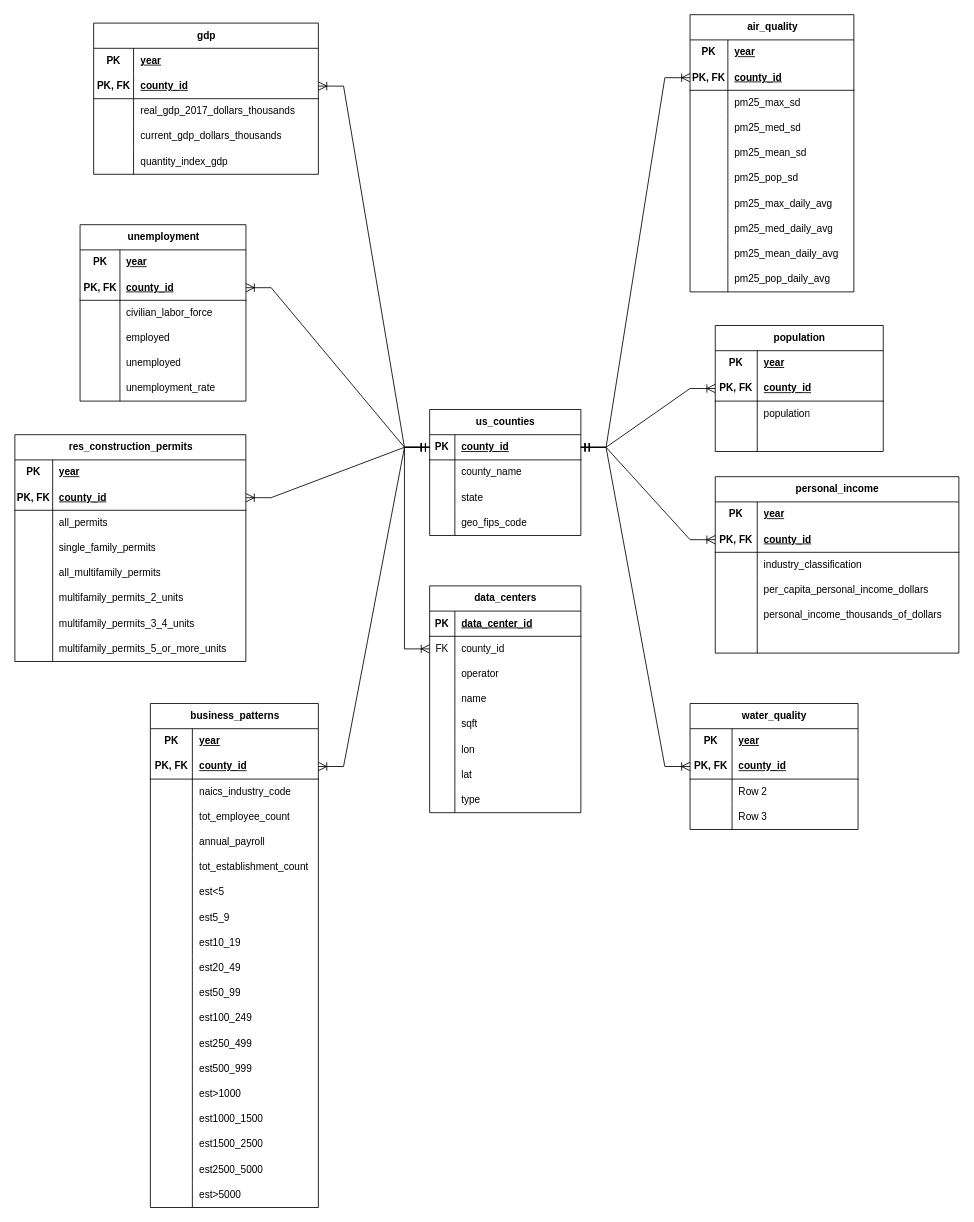
LoganRosell/local-economic-impact-of-data-centers-workbook keeps this draw.io diagram as db_documentation/capstone_db_erd.drawio. Above is the earlier version. Source tidied: cells renumbered, new cells numbered last; positions are measured from the earlier drawing's top-left corner, leaving out a move shared by most shapes. Both pictures are drawn from the tidied source at 84%, with x=0, y=0 at pixel (14, 14).
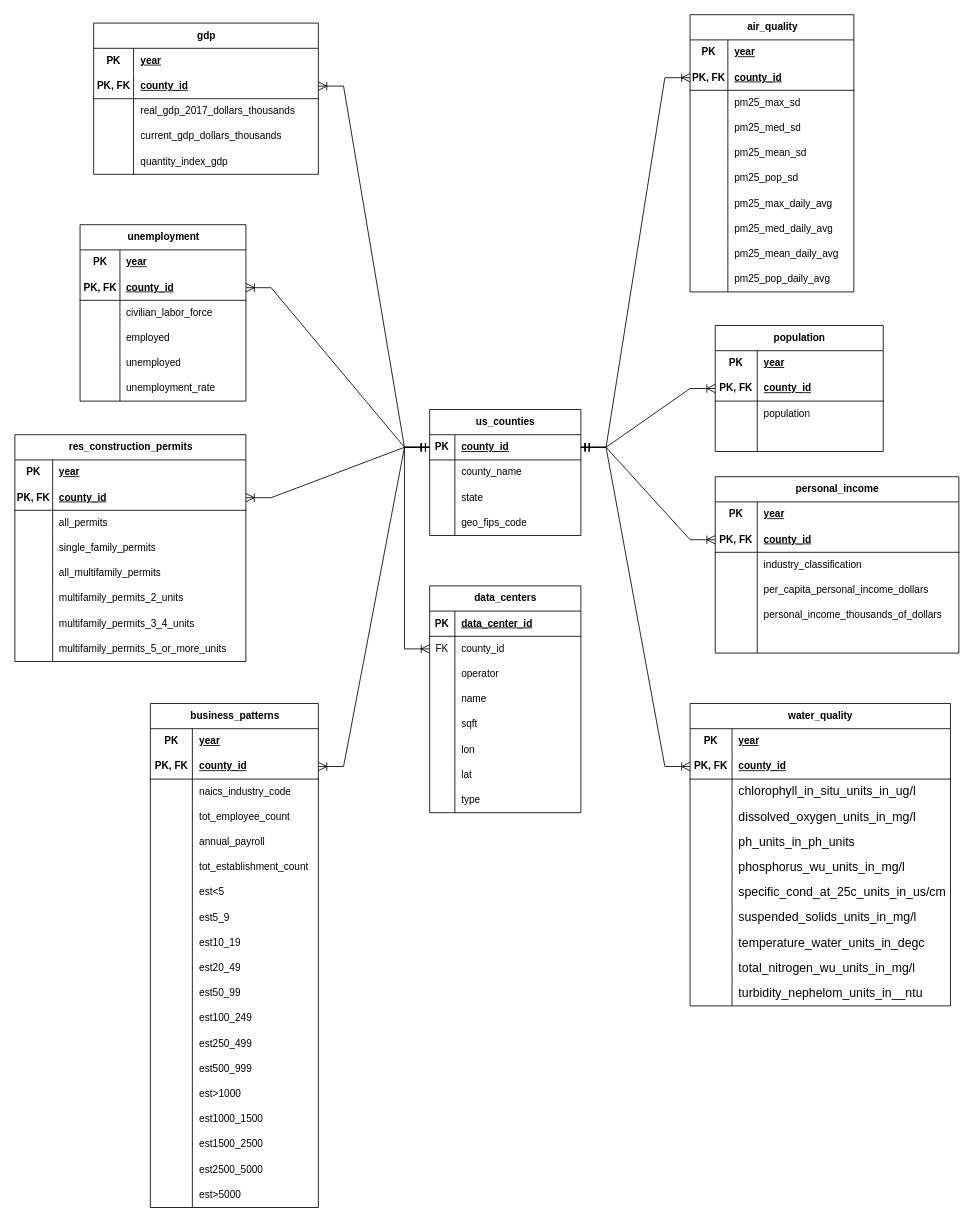
The same page after the edit.

Commit message (it also covers changes not shown here):
chore: updated ERD with water data column names

Change to the diagram source:
```diff
@@
     <mxCell id="144" value="water_quality" style="shape=table;startSize=30;childLayout=tableLayout;rowLines=0;fontStyle=1;align=center;html=1;" parent="1" vertex="1">
-      <mxGeometry x="804" y="820" width="200" height="150" as="geometry" />
+      <mxGeometry x="804" y="820" width="310" height="360" as="geometry" />
     </mxCell>
     <mxCell id="145" style="shape=tableRow;horizontal=0;startSize=0;swimlaneHead=0;swimlaneBody=0;fillColor=none;top=0;left=0;right=0;bottom=0;" parent="144" vertex="1">
-      <mxGeometry y="30" width="200" height="30" as="geometry" />
+      <mxGeometry y="30" width="310" height="30" as="geometry" />
     </mxCell>
@@
     <mxCell id="147" value="&lt;b&gt;&lt;u&gt;year&lt;/u&gt;&lt;/b&gt;" style="shape=partialRectangle;fillColor=none;top=0;left=0;bottom=0;right=0;align=left;spacingLeft=6;overflow=hidden;whiteSpace=wrap;html=1;" parent="145" vertex="1">
-      <mxGeometry x="50" width="150" height="30" as="geometry" />
+      <mxGeometry x="50" width="260" height="30" as="geometry" />
     </mxCell>
     <mxCell id="148" style="shape=tableRow;horizontal=0;startSize=0;swimlaneHead=0;swimlaneBody=0;fillColor=none;points=[[0,0.5],[1,0.5]];portConstraint=eastwest;top=0;left=0;right=0;bottom=1;" parent="144" vertex="1">
-      <mxGeometry y="60" width="200" height="30" as="geometry" />
+      <mxGeometry y="60" width="310" height="30" as="geometry" />
     </mxCell>
@@
     <mxCell id="150" value="county_id" style="shape=partialRectangle;fillColor=none;top=0;left=0;bottom=0;right=0;align=left;spacingLeft=6;fontStyle=5;overflow=hidden;whiteSpace=wrap;html=1;" parent="148" vertex="1">
-      <mxGeometry x="50" width="150" height="30" as="geometry" />
+      <mxGeometry x="50" width="260" height="30" as="geometry" />
     </mxCell>
     <mxCell id="151" style="shape=tableRow;horizontal=0;startSize=0;swimlaneHead=0;swimlaneBody=0;fillColor=none;top=0;left=0;right=0;bottom=0;" parent="144" vertex="1">
-      <mxGeometry y="90" width="200" height="30" as="geometry" />
+      <mxGeometry y="90" width="310" height="30" as="geometry" />
     </mxCell>
@@
-    <mxCell id="153" value="Row 2" style="shape=partialRectangle;fillColor=none;top=0;left=0;bottom=0;right=0;align=left;spacingLeft=6;overflow=hidden;whiteSpace=wrap;html=1;" parent="151" vertex="1">
-      <mxGeometry x="50" width="150" height="30" as="geometry" />
+    <mxCell id="153" value="&lt;span id=&quot;docs-internal-guid-d64aa602-7fff-0054-14ee-3f08d5731c49&quot;&gt;&lt;span style=&quot;font-size: 11pt; font-family: Arial, sans-serif; font-variant-ligatures: normal; font-variant-alternates: normal; font-variant-numeric: normal; font-variant-east-asian: normal; font-variant-position: normal; vertical-align: baseline; white-space: pre-wrap;&quot;&gt;chlorophyll_in_situ_units_in_ug/l&lt;/span&gt;&lt;/span&gt;" style="shape=partialRectangle;fillColor=none;top=0;left=0;bottom=0;right=0;align=left;spacingLeft=6;overflow=hidden;whiteSpace=wrap;html=1;" parent="151" vertex="1">
+      <mxGeometry x="50" width="260" height="30" as="geometry" />
     </mxCell>
     <mxCell id="154" style="shape=tableRow;horizontal=0;startSize=0;swimlaneHead=0;swimlaneBody=0;fillColor=none;top=0;left=0;right=0;bottom=0;" parent="144" vertex="1">
-      <mxGeometry y="120" width="200" height="30" as="geometry" />
+      <mxGeometry y="120" width="310" height="30" as="geometry" />
     </mxCell>
@@
-    <mxCell id="156" value="Row 3" style="shape=partialRectangle;fillColor=none;top=0;left=0;bottom=0;right=0;align=left;spacingLeft=6;overflow=hidden;whiteSpace=wrap;html=1;" parent="154" vertex="1">
-      <mxGeometry x="50" width="150" height="30" as="geometry" />
+    <mxCell id="156" value="&lt;span id=&quot;docs-internal-guid-ab9194b4-7fff-40c5-46a1-ad476bd3c639&quot;&gt;&lt;span style=&quot;font-size: 11pt; font-family: Arial, sans-serif; font-variant-ligatures: normal; font-variant-alternates: normal; font-variant-numeric: normal; font-variant-east-asian: normal; font-variant-position: normal; vertical-align: baseline; white-space: pre-wrap;&quot;&gt;dissolved_oxygen_units_in_mg/l&lt;/span&gt;&lt;/span&gt;" style="shape=partialRectangle;fillColor=none;top=0;left=0;bottom=0;right=0;align=left;spacingLeft=6;overflow=hidden;whiteSpace=wrap;html=1;" parent="154" vertex="1">
+      <mxGeometry x="50" width="260" height="30" as="geometry" />
     </mxCell>
+    <mxCell id="243" style="shape=tableRow;horizontal=0;startSize=0;swimlaneHead=0;swimlaneBody=0;fillColor=none;top=0;left=0;right=0;bottom=0;" parent="144" vertex="1">
+      <mxGeometry y="150" width="310" height="30" as="geometry" />
+    </mxCell>
+    <mxCell id="244" style="shape=partialRectangle;fillColor=none;top=0;left=0;bottom=0;right=0;overflow=hidden;whiteSpace=wrap;html=1;" parent="243" vertex="1">
+      <mxGeometry width="50" height="30" as="geometry" />
+    </mxCell>
+    <mxCell id="245" value="&lt;span id=&quot;docs-internal-guid-73c5e5fa-7fff-6a24-f791-77d614a94f3e&quot;&gt;&lt;span style=&quot;font-size: 11pt; font-family: Arial, sans-serif; font-variant-ligatures: normal; font-variant-alternates: normal; font-variant-numeric: normal; font-variant-east-asian: normal; font-variant-position: normal; vertical-align: baseline; white-space: pre-wrap;&quot;&gt;ph_units_in_ph_units&lt;/span&gt;&lt;/span&gt;" style="shape=partialRectangle;fillColor=none;top=0;left=0;bottom=0;right=0;align=left;spacingLeft=6;overflow=hidden;whiteSpace=wrap;html=1;" parent="243" vertex="1">
+      <mxGeometry x="50" width="260" height="30" as="geometry" />
+    </mxCell>
+    <mxCell id="246" style="shape=tableRow;horizontal=0;startSize=0;swimlaneHead=0;swimlaneBody=0;fillColor=none;top=0;left=0;right=0;bottom=0;" parent="144" vertex="1">
+      <mxGeometry y="180" width="310" height="30" as="geometry" />
+    </mxCell>
+    <mxCell id="247" style="shape=partialRectangle;fillColor=none;top=0;left=0;bottom=0;right=0;overflow=hidden;whiteSpace=wrap;html=1;" parent="246" vertex="1">
+      <mxGeometry width="50" height="30" as="geometry" />
+    </mxCell>
+    <mxCell id="248" value="&lt;span id=&quot;docs-internal-guid-f09b69d0-7fff-b703-8e15-954602a58804&quot;&gt;&lt;span style=&quot;font-size: 11pt; font-family: Arial, sans-serif; font-variant-ligatures: normal; font-variant-alternates: normal; font-variant-numeric: normal; font-variant-east-asian: normal; font-variant-position: normal; vertical-align: baseline; white-space: pre-wrap;&quot;&gt;phosphorus_wu_units_in_mg/l &lt;/span&gt;&lt;/span&gt;" style="shape=partialRectangle;fillColor=none;top=0;left=0;bottom=0;right=0;align=left;spacingLeft=6;overflow=hidden;whiteSpace=wrap;html=1;" parent="246" vertex="1">
+      <mxGeometry x="50" width="260" height="30" as="geometry" />
+    </mxCell>
+    <mxCell id="249" style="shape=tableRow;horizontal=0;startSize=0;swimlaneHead=0;swimlaneBody=0;fillColor=none;top=0;left=0;right=0;bottom=0;" parent="144" vertex="1">
+      <mxGeometry y="210" width="310" height="30" as="geometry" />
+    </mxCell>
+    <mxCell id="250" style="shape=partialRectangle;fillColor=none;top=0;left=0;bottom=0;right=0;overflow=hidden;whiteSpace=wrap;html=1;" parent="249" vertex="1">
+      <mxGeometry width="50" height="30" as="geometry" />
+    </mxCell>
+    <mxCell id="251" value="&lt;span id=&quot;docs-internal-guid-1ad50780-7fff-efe2-1405-b8bddede53e7&quot;&gt;&lt;span style=&quot;font-size: 11pt; font-family: Arial, sans-serif; font-variant-ligatures: normal; font-variant-alternates: normal; font-variant-numeric: normal; font-variant-east-asian: normal; font-variant-position: normal; vertical-align: baseline; white-space: pre-wrap;&quot;&gt;specific_cond_at_25c_units_in_us/cm&lt;/span&gt;&lt;/span&gt;" style="shape=partialRectangle;fillColor=none;top=0;left=0;bottom=0;right=0;align=left;spacingLeft=6;overflow=hidden;whiteSpace=wrap;html=1;" parent="249" vertex="1">
+      <mxGeometry x="50" width="260" height="30" as="geometry" />
+    </mxCell>
+    <mxCell id="252" style="shape=tableRow;horizontal=0;startSize=0;swimlaneHead=0;swimlaneBody=0;fillColor=none;top=0;left=0;right=0;bottom=0;" parent="144" vertex="1">
+      <mxGeometry y="240" width="310" height="30" as="geometry" />
+    </mxCell>
+    <mxCell id="253" style="shape=partialRectangle;fillColor=none;top=0;left=0;bottom=0;right=0;overflow=hidden;whiteSpace=wrap;html=1;" parent="252" vertex="1">
+      <mxGeometry width="50" height="30" as="geometry" />
+    </mxCell>
+    <mxCell id="254" value="&lt;span id=&quot;docs-internal-guid-abc653da-7fff-11b6-3d63-214353dd4eed&quot;&gt;&lt;span style=&quot;font-size: 11pt; font-family: Arial, sans-serif; font-variant-ligatures: normal; font-variant-alternates: normal; font-variant-numeric: normal; font-variant-east-asian: normal; font-variant-position: normal; vertical-align: baseline; white-space: pre-wrap;&quot;&gt;suspended_solids_units_in_mg/l&lt;/span&gt;&lt;/span&gt;" style="shape=partialRectangle;fillColor=none;top=0;left=0;bottom=0;right=0;align=left;spacingLeft=6;overflow=hidden;whiteSpace=wrap;html=1;" parent="252" vertex="1">
+      <mxGeometry x="50" width="260" height="30" as="geometry" />
+    </mxCell>
+    <mxCell id="255" style="shape=tableRow;horizontal=0;startSize=0;swimlaneHead=0;swimlaneBody=0;fillColor=none;top=0;left=0;right=0;bottom=0;" parent="144" vertex="1">
+      <mxGeometry y="270" width="310" height="30" as="geometry" />
+    </mxCell>
+    <mxCell id="256" style="shape=partialRectangle;fillColor=none;top=0;left=0;bottom=0;right=0;overflow=hidden;whiteSpace=wrap;html=1;" parent="255" vertex="1">
+      <mxGeometry width="50" height="30" as="geometry" />
+    </mxCell>
+    <mxCell id="257" value="&lt;span id=&quot;docs-internal-guid-665a7ff5-7fff-3566-b2ce-44ed4a413209&quot;&gt;&lt;span style=&quot;font-size: 11pt; font-family: Arial, sans-serif; font-variant-ligatures: normal; font-variant-alternates: normal; font-variant-numeric: normal; font-variant-east-asian: normal; font-variant-position: normal; vertical-align: baseline; white-space: pre-wrap;&quot;&gt;temperature_water_units_in_degc&lt;/span&gt;&lt;/span&gt;" style="shape=partialRectangle;fillColor=none;top=0;left=0;bottom=0;right=0;align=left;spacingLeft=6;overflow=hidden;whiteSpace=wrap;html=1;" parent="255" vertex="1">
+      <mxGeometry x="50" width="260" height="30" as="geometry" />
+    </mxCell>
+    <mxCell id="258" style="shape=tableRow;horizontal=0;startSize=0;swimlaneHead=0;swimlaneBody=0;fillColor=none;top=0;left=0;right=0;bottom=0;" parent="144" vertex="1">
+      <mxGeometry y="300" width="310" height="30" as="geometry" />
+    </mxCell>
+    <mxCell id="259" style="shape=partialRectangle;fillColor=none;top=0;left=0;bottom=0;right=0;overflow=hidden;whiteSpace=wrap;html=1;" parent="258" vertex="1">
+      <mxGeometry width="50" height="30" as="geometry" />
+    </mxCell>
+    <mxCell id="260" value="&lt;span id=&quot;docs-internal-guid-d183460f-7fff-58a2-b4d5-dc5279361509&quot;&gt;&lt;span style=&quot;font-size: 11pt; font-family: Arial, sans-serif; font-variant-ligatures: normal; font-variant-alternates: normal; font-variant-numeric: normal; font-variant-east-asian: normal; font-variant-position: normal; vertical-align: baseline; white-space: pre-wrap;&quot;&gt;total_nitrogen_wu_units_in_mg/l&lt;/span&gt;&lt;/span&gt;" style="shape=partialRectangle;fillColor=none;top=0;left=0;bottom=0;right=0;align=left;spacingLeft=6;overflow=hidden;whiteSpace=wrap;html=1;" parent="258" vertex="1">
+      <mxGeometry x="50" width="260" height="30" as="geometry" />
+    </mxCell>
+    <mxCell id="261" style="shape=tableRow;horizontal=0;startSize=0;swimlaneHead=0;swimlaneBody=0;fillColor=none;top=0;left=0;right=0;bottom=0;" parent="144" vertex="1">
+      <mxGeometry y="330" width="310" height="30" as="geometry" />
+    </mxCell>
+    <mxCell id="262" style="shape=partialRectangle;fillColor=none;top=0;left=0;bottom=0;right=0;overflow=hidden;whiteSpace=wrap;html=1;" parent="261" vertex="1">
+      <mxGeometry width="50" height="30" as="geometry" />
+    </mxCell>
+    <mxCell id="263" value="&lt;span id=&quot;docs-internal-guid-c1e71cdd-7fff-836d-11d7-c2e8a12a90c8&quot;&gt;&lt;span style=&quot;font-size: 11pt; font-family: Arial, sans-serif; font-variant-ligatures: normal; font-variant-alternates: normal; font-variant-numeric: normal; font-variant-east-asian: normal; font-variant-position: normal; vertical-align: baseline; white-space: pre-wrap;&quot;&gt;turbidity_nephelom_units_in__ntu&lt;/span&gt;&lt;/span&gt;" style="shape=partialRectangle;fillColor=none;top=0;left=0;bottom=0;right=0;align=left;spacingLeft=6;overflow=hidden;whiteSpace=wrap;html=1;" parent="261" vertex="1">
+      <mxGeometry x="50" width="260" height="30" as="geometry" />
+    </mxCell>
```
